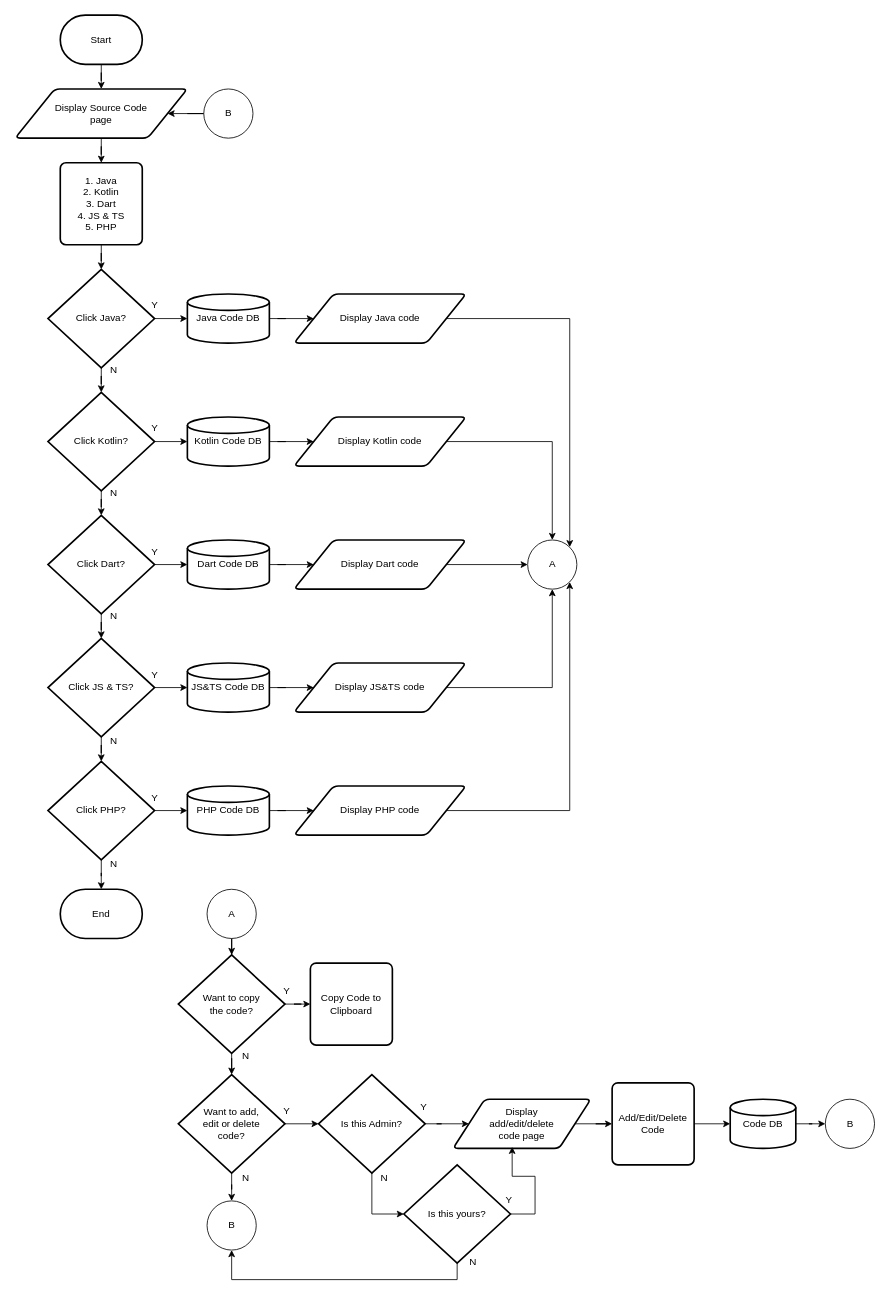
Earlier version of the draw.io diagram page "Page - SC for Admin and Moderator" (10 of 14) of KP2.drawio (dapzz-id/DrawIO). Source tidied: cells renumbered, new cells numbered last; positions are measured from the earlier drawing's top-left corner, leaving out a move shared by most shapes. Both pictures are drawn from the tidied source at 82%, with x=0, y=0 at pixel (15, 15).
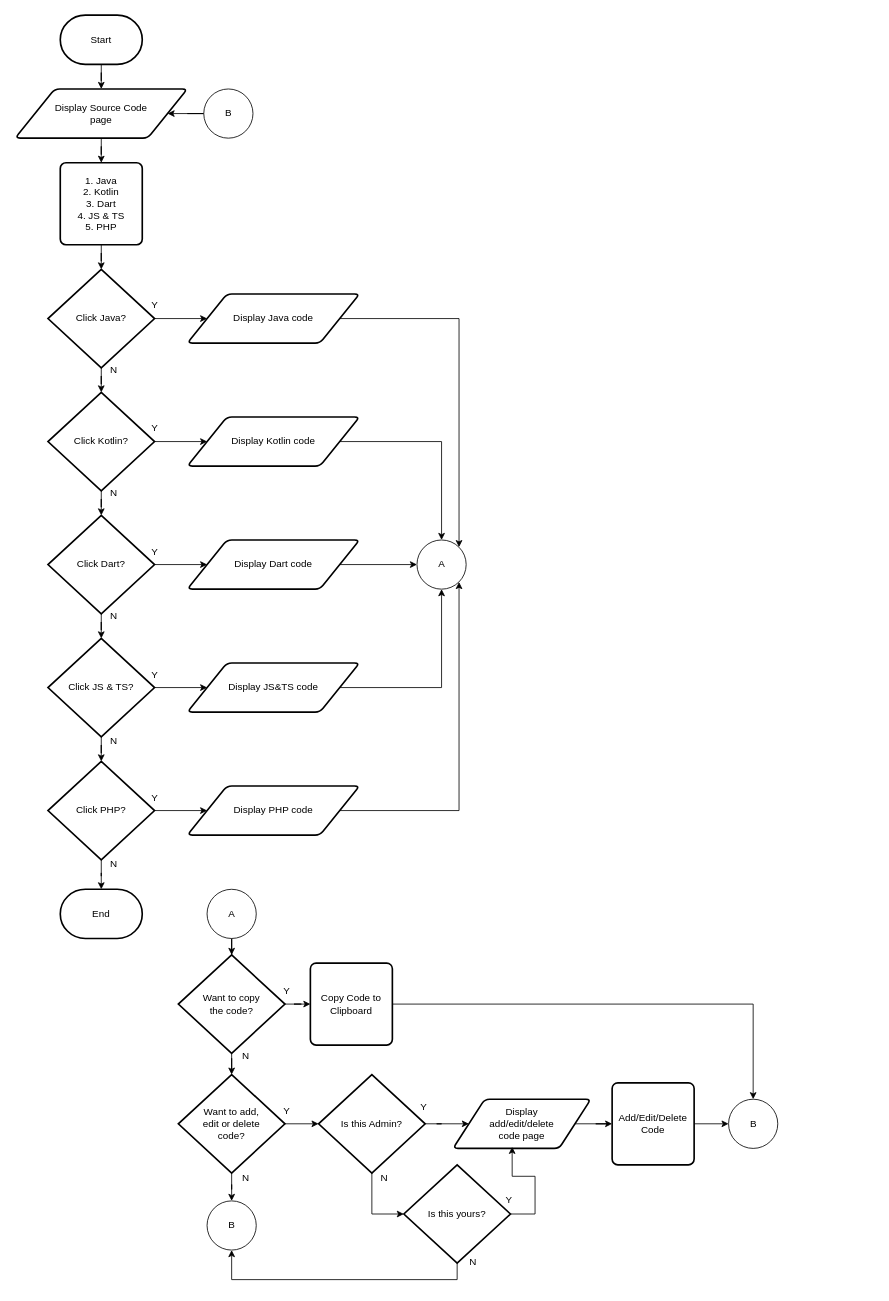
After the change.

Unchanged cells that the change refers to:
```xml
<mxCell id="8" value="Click Java?" style="strokeWidth=2;html=1;shape=mxgraph.flowchart.decision;whiteSpace=wrap;" parent="1" vertex="1">
  <mxGeometry x="40" y="310" width="130" height="120" as="geometry" />
</mxCell>
<mxCell id="11" value="Click Kotlin?" style="strokeWidth=2;html=1;shape=mxgraph.flowchart.decision;whiteSpace=wrap;" parent="1" vertex="1">
  <mxGeometry x="40" y="460" width="130" height="120" as="geometry" />
</mxCell>
<mxCell id="14" value="Click Dart?" style="strokeWidth=2;html=1;shape=mxgraph.flowchart.decision;whiteSpace=wrap;" parent="1" vertex="1">
  <mxGeometry x="40" y="610" width="130" height="120" as="geometry" />
</mxCell>
<mxCell id="17" value="Click JS &amp;amp; TS?" style="strokeWidth=2;html=1;shape=mxgraph.flowchart.decision;whiteSpace=wrap;" parent="1" vertex="1">
  <mxGeometry x="40" y="760" width="130" height="120" as="geometry" />
</mxCell>
<mxCell id="20" value="Click PHP?" style="strokeWidth=2;html=1;shape=mxgraph.flowchart.decision;whiteSpace=wrap;" parent="1" vertex="1">
  <mxGeometry x="40" y="910" width="130" height="120" as="geometry" />
</mxCell>
<mxCell id="64" value="Copy Code to&lt;div&gt;Clipboard&lt;/div&gt;" style="rounded=1;whiteSpace=wrap;html=1;absoluteArcSize=1;arcSize=14;strokeWidth=2;" parent="1" vertex="1">
  <mxGeometry x="360" y="1156" width="100" height="100" as="geometry" />
</mxCell>
<mxCell id="74" value="Add/Edit/Delete Code" style="rounded=1;whiteSpace=wrap;html=1;absoluteArcSize=1;arcSize=14;strokeWidth=2;" parent="1" vertex="1">
  <mxGeometry x="728" y="1302" width="100" height="100" as="geometry" />
</mxCell>
```

Change to the diagram source:
```diff
@@
-    <mxCell id="7" style="edgeStyle=orthogonalEdgeStyle;rounded=0;jettySize=auto;html=1;" parent="1" edge="1" source="8" target="28">
-      <mxGeometry relative="1" as="geometry" />
-    </mxCell>
+    <mxCell id="88" style="edgeStyle=orthogonalEdgeStyle;rounded=0;jettySize=auto;html=1;" parent="1" edge="1" source="8" target="30">
+      <mxGeometry relative="1" as="geometry" />
+    </mxCell>
@@
-    <mxCell id="10" style="edgeStyle=orthogonalEdgeStyle;rounded=0;jettySize=auto;html=1;" parent="1" edge="1" source="11" target="34">
-      <mxGeometry relative="1" as="geometry" />
-    </mxCell>
+    <mxCell id="89" style="edgeStyle=orthogonalEdgeStyle;rounded=0;jettySize=auto;html=1;" parent="1" edge="1" source="11" target="45">
+      <mxGeometry relative="1" as="geometry" />
+    </mxCell>
@@
-    <mxCell id="13" style="edgeStyle=orthogonalEdgeStyle;rounded=0;jettySize=auto;html=1;" parent="1" edge="1" source="14" target="36">
-      <mxGeometry relative="1" as="geometry" />
-    </mxCell>
+    <mxCell id="90" style="edgeStyle=orthogonalEdgeStyle;rounded=0;jettySize=auto;html=1;" parent="1" edge="1" source="14" target="46">
+      <mxGeometry relative="1" as="geometry" />
+    </mxCell>
@@
-    <mxCell id="16" style="edgeStyle=orthogonalEdgeStyle;rounded=0;jettySize=auto;html=1;" parent="1" edge="1" source="17" target="38">
-      <mxGeometry relative="1" as="geometry" />
-    </mxCell>
+    <mxCell id="91" style="edgeStyle=orthogonalEdgeStyle;rounded=0;jettySize=auto;html=1;" parent="1" edge="1" source="17" target="47">
+      <mxGeometry relative="1" as="geometry" />
+    </mxCell>
@@
-    <mxCell id="19" style="edgeStyle=orthogonalEdgeStyle;rounded=0;jettySize=auto;html=1;" parent="1" edge="1" source="20" target="40">
-      <mxGeometry relative="1" as="geometry" />
-    </mxCell>
+    <mxCell id="92" style="edgeStyle=orthogonalEdgeStyle;rounded=0;jettySize=auto;html=1;" parent="1" edge="1" source="20" target="48">
+      <mxGeometry relative="1" as="geometry" />
+    </mxCell>
@@
-    <mxCell id="27" style="edgeStyle=orthogonalEdgeStyle;rounded=0;jettySize=auto;html=1;" parent="1" edge="1" source="28" target="30">
-      <mxGeometry relative="1" as="geometry" />
-    </mxCell>
-    <mxCell id="28" value="Java Code DB" style="strokeWidth=2;html=1;shape=mxgraph.flowchart.database;whiteSpace=wrap;" parent="1" vertex="1">
-      <mxGeometry x="210" y="340" width="100" height="60" as="geometry" />
-    </mxCell>
@@
     <mxCell id="30" value="Display Java code" style="shape=parallelogram;html=1;strokeWidth=2;perimeter=parallelogramPerimeter;whiteSpace=wrap;rounded=1;arcSize=12;size=0.23;" parent="1" vertex="1">
-      <mxGeometry x="340" y="340" width="210" height="60" as="geometry" />
+      <mxGeometry x="210" y="340" width="210" height="60" as="geometry" />
     </mxCell>
@@
-    <mxCell id="33" style="edgeStyle=orthogonalEdgeStyle;rounded=0;jettySize=auto;html=1;" parent="1" edge="1" source="34" target="45">
-      <mxGeometry relative="1" as="geometry" />
-    </mxCell>
-    <mxCell id="34" value="Kotlin Code DB" style="strokeWidth=2;html=1;shape=mxgraph.flowchart.database;whiteSpace=wrap;" parent="1" vertex="1">
-      <mxGeometry x="210" y="490" width="100" height="60" as="geometry" />
-    </mxCell>
-    <mxCell id="35" style="edgeStyle=orthogonalEdgeStyle;rounded=0;jettySize=auto;html=1;" parent="1" edge="1" source="36" target="46">
-      <mxGeometry relative="1" as="geometry" />
-    </mxCell>
-    <mxCell id="36" value="Dart Code DB" style="strokeWidth=2;html=1;shape=mxgraph.flowchart.database;whiteSpace=wrap;" parent="1" vertex="1">
-      <mxGeometry x="210" y="640" width="100" height="60" as="geometry" />
-    </mxCell>
-    <mxCell id="37" style="edgeStyle=orthogonalEdgeStyle;rounded=0;jettySize=auto;html=1;" parent="1" edge="1" source="38" target="47">
-      <mxGeometry relative="1" as="geometry" />
-    </mxCell>
-    <mxCell id="38" value="JS&amp;amp;TS Code DB" style="strokeWidth=2;html=1;shape=mxgraph.flowchart.database;whiteSpace=wrap;" parent="1" vertex="1">
-      <mxGeometry x="210" y="790" width="100" height="60" as="geometry" />
-    </mxCell>
-    <mxCell id="39" style="edgeStyle=orthogonalEdgeStyle;rounded=0;jettySize=auto;html=1;" parent="1" edge="1" source="40" target="48">
-      <mxGeometry relative="1" as="geometry" />
-    </mxCell>
-    <mxCell id="40" value="PHP Code DB" style="strokeWidth=2;html=1;shape=mxgraph.flowchart.database;whiteSpace=wrap;" parent="1" vertex="1">
-      <mxGeometry x="210" y="940" width="100" height="60" as="geometry" />
-    </mxCell>
@@
     <mxCell id="45" value="Display Kotlin code" style="shape=parallelogram;html=1;strokeWidth=2;perimeter=parallelogramPerimeter;whiteSpace=wrap;rounded=1;arcSize=12;size=0.23;" parent="1" vertex="1">
-      <mxGeometry x="340" y="490" width="210" height="60" as="geometry" />
+      <mxGeometry x="210" y="490" width="210" height="60" as="geometry" />
     </mxCell>
     <mxCell id="46" value="Display Dart code" style="shape=parallelogram;html=1;strokeWidth=2;perimeter=parallelogramPerimeter;whiteSpace=wrap;rounded=1;arcSize=12;size=0.23;" parent="1" vertex="1">
-      <mxGeometry x="340" y="640" width="210" height="60" as="geometry" />
+      <mxGeometry x="210" y="640" width="210" height="60" as="geometry" />
     </mxCell>
     <mxCell id="47" value="Display JS&amp;amp;TS code" style="shape=parallelogram;html=1;strokeWidth=2;perimeter=parallelogramPerimeter;whiteSpace=wrap;rounded=1;arcSize=12;size=0.23;" parent="1" vertex="1">
-      <mxGeometry x="340" y="790" width="210" height="60" as="geometry" />
+      <mxGeometry x="210" y="790" width="210" height="60" as="geometry" />
     </mxCell>
     <mxCell id="48" value="Display PHP code" style="shape=parallelogram;html=1;strokeWidth=2;perimeter=parallelogramPerimeter;whiteSpace=wrap;rounded=1;arcSize=12;size=0.23;" parent="1" vertex="1">
-      <mxGeometry x="340" y="940" width="210" height="60" as="geometry" />
+      <mxGeometry x="210" y="940" width="210" height="60" as="geometry" />
     </mxCell>
     <mxCell id="49" value="A" style="verticalLabelPosition=middle;verticalAlign=middle;html=1;shape=mxgraph.flowchart.on-page_reference;labelPosition=center;align=center;" parent="1" vertex="1">
-      <mxGeometry x="625" y="640" width="60" height="60" as="geometry" />
+      <mxGeometry x="490" y="640" width="60" height="60" as="geometry" />
     </mxCell>
@@
-    <mxCell id="73" style="edgeStyle=orthogonalEdgeStyle;rounded=0;jettySize=auto;html=1;" parent="1" edge="1" source="74" target="76">
-      <mxGeometry relative="1" as="geometry" />
-    </mxCell>
+    <mxCell id="93" style="edgeStyle=orthogonalEdgeStyle;rounded=0;jettySize=auto;html=1;" parent="1" edge="1" source="74" target="77">
+      <mxGeometry relative="1" as="geometry" />
+    </mxCell>
@@
-    <mxCell id="75" style="edgeStyle=orthogonalEdgeStyle;rounded=0;jettySize=auto;html=1;" parent="1" edge="1" source="76" target="77">
-      <mxGeometry relative="1" as="geometry" />
-    </mxCell>
-    <mxCell id="76" value="Code DB" style="strokeWidth=2;html=1;shape=mxgraph.flowchart.database;whiteSpace=wrap;" parent="1" vertex="1">
-      <mxGeometry x="872" y="1322" width="80" height="60" as="geometry" />
-    </mxCell>
     <mxCell id="77" value="B" style="verticalLabelPosition=middle;verticalAlign=middle;html=1;shape=mxgraph.flowchart.on-page_reference;labelPosition=center;align=center;" parent="1" vertex="1">
-      <mxGeometry x="988" y="1322" width="60" height="60" as="geometry" />
+      <mxGeometry x="870" y="1322" width="60" height="60" as="geometry" />
     </mxCell>
@@
+    <mxCell id="94" style="edgeStyle=orthogonalEdgeStyle;rounded=0;jettySize=auto;html=1;exitX=1;exitY=0.5;exitDx=0;exitDy=0;entryX=0.5;entryY=0;entryDx=0;entryDy=0;entryPerimeter=0;" parent="1" edge="1" source="64" target="77">
+      <mxGeometry relative="1" as="geometry" />
+    </mxCell>
```
